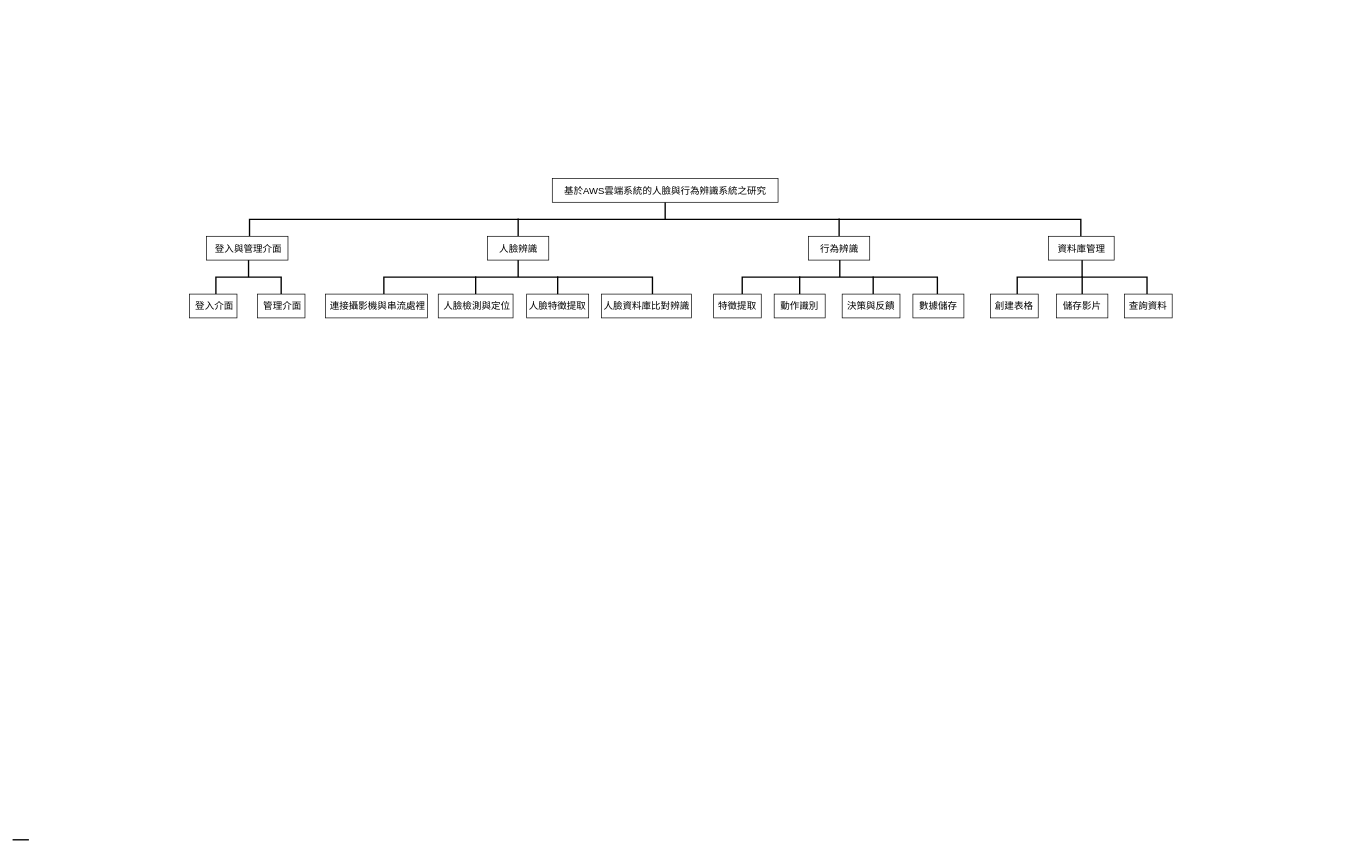
Before: diagram/未命名绘图.drawio in sen2003/aws_faceDetect_project, a draw.io diagram. Source tidied: cells renumbered, new cells numbered last; positions are measured from the earlier drawing's top-left corner, leaving out a move shared by most shapes. Both pictures are drawn from the tidied source at 68%, with x=0, y=0 at pixel (12, -197).
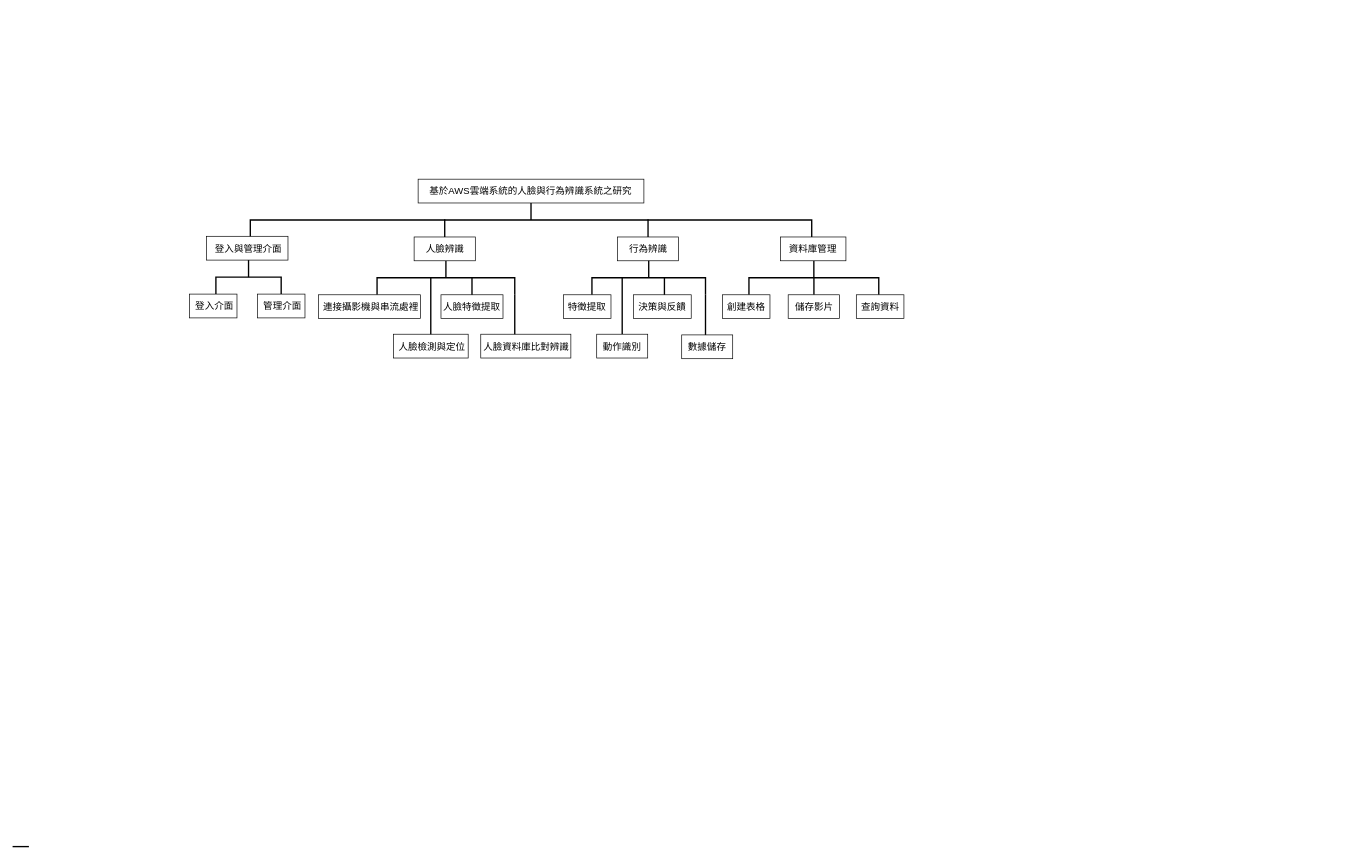
The same diagram, later.

Commit message:
更新未命名绘图.drawio

Unchanged cells that the change refers to:
```xml
<mxCell id="2" style="group;strokeWidth=2;" parent="1" vertex="1">
  <mxGeometry x="470" y="306" width="1500.6" height="1200" as="geometry" />
</mxCell>
```

Change to the diagram source:
```diff
@@
     <mxCell id="3" style="group;" parent="2" vertex="1">
-      <mxGeometry x="-121.5" y="245" width="1367" height="353.5" as="geometry" />
+      <mxGeometry x="-186" y="246" width="1367" height="505.6" as="geometry" />
     </mxCell>
     <mxCell id="4" style="strokeWidth=2;html=1;shape=mxgraph.flowchart.annotation_2;align=left;labelPosition=right;rotation=90;perimeterSpacing=0;flipV=0;flipH=1;direction=west;" parent="3" vertex="1">
-      <mxGeometry x="586.2" y="-551.2" width="50" height="1222.5" as="geometry" />
+      <mxGeometry x="453.4" y="-352.8" width="50" height="825.6" as="geometry" />
     </mxCell>
-    <mxCell id="5" style="group;" parent="3" vertex="1">
-      <mxGeometry x="101.5" y="59" width="548.5" height="146" as="geometry" />
-    </mxCell>
+    <mxCell id="28" value="&lt;font style=&quot;font-size: 14px;&quot;&gt;基於AWS雲端系統的人臉與行為辨識系統之研究&lt;/font&gt;" style="rounded=0;whiteSpace=wrap;html=1;" parent="3" vertex="1">
+      <mxGeometry x="312.4" width="332" height="35" as="geometry" />
+    </mxCell>
+    <mxCell id="44" style="group;" parent="3" vertex="1">
+      <mxGeometry x="166" y="120" width="371" height="143" as="geometry" />
+    </mxCell>
+    <mxCell id="45" style="edgeStyle=orthogonalEdgeStyle;rounded=0;jettySize=auto;html=1;exitX=1;exitY=0;exitDx=0;exitDy=0;exitPerimeter=0;endArrow=none;endFill=0;strokeWidth=2;" parent="44" edge="1" source="6">
+      <mxGeometry relative="1" as="geometry">
+        <mxPoint x="328.5" y="115" as="targetPoint" />
+        <Array as="points">
+          <mxPoint x="288.5" y="115" />
+        </Array>
+      </mxGeometry>
+    </mxCell>
-    <mxCell id="6" style="strokeWidth=2;html=1;shape=mxgraph.flowchart.annotation_2;align=left;labelPosition=right;direction=south;" parent="5" vertex="1">
-      <mxGeometry x="96" y="61" width="395" height="50" as="geometry" />
+    <mxCell id="6" style="strokeWidth=2;html=1;shape=mxgraph.flowchart.annotation_2;align=left;labelPosition=right;direction=south;" parent="44" vertex="1">
+      <mxGeometry x="86" width="202.5" height="50" as="geometry" />
     </mxCell>
-    <mxCell id="7" style="line;strokeWidth=2;direction=south;html=1;perimeter=backbonePerimeter;" parent="5" vertex="1">
-      <mxGeometry x="288.5" width="10" height="26" as="geometry" />
-    </mxCell>
-    <mxCell id="8" value="&lt;font style=&quot;font-size: 14px;&quot;&gt;人臉辨識&lt;/font&gt;" style="rounded=0;whiteSpace=wrap;html=1;" parent="5" vertex="1">
-      <mxGeometry x="248.5" y="26" width="90" height="35" as="geometry" />
-    </mxCell>
-    <mxCell id="9" value="&lt;div style=&quot;font-size: 14px;&quot;&gt;&lt;font style=&quot;font-size: 14px;&quot;&gt;&amp;nbsp;連接攝影機與串流處裡&lt;/font&gt;&lt;/div&gt;" style="rounded=0;whiteSpace=wrap;html=1;align=center;" parent="5" vertex="1">
-      <mxGeometry x="10" y="111" width="150" height="35" as="geometry" />
+    <mxCell id="9" value="&lt;div style=&quot;font-size: 14px;&quot;&gt;&lt;font style=&quot;font-size: 14px;&quot;&gt;&amp;nbsp;連接攝影機與串流處裡&lt;/font&gt;&lt;/div&gt;" style="rounded=0;whiteSpace=wrap;html=1;align=center;" parent="44" vertex="1">
+      <mxGeometry y="50" width="150" height="35" as="geometry" />
     </mxCell>
-    <mxCell id="10" style="group;" parent="5" vertex="1">
-      <mxGeometry x="176" y="85" width="110" height="61" as="geometry" />
+    <mxCell id="10" style="group;" parent="44" vertex="1">
+      <mxGeometry x="110" y="82" width="110" height="61" as="geometry" />
     </mxCell>
-    <mxCell id="11" style="line;strokeWidth=2;direction=south;html=1;perimeter=backbonePerimeter;" parent="10" vertex="1">
-      <mxGeometry x="50" width="10" height="26" as="geometry" />
-    </mxCell>
@@
-    <mxCell id="13" style="group;" parent="5" vertex="1">
-      <mxGeometry x="306" y="85" width="91.2" height="61" as="geometry" />
+    <mxCell id="13" style="group;" parent="44" vertex="1">
+      <mxGeometry x="180" y="24" width="91.2" height="61" as="geometry" />
     </mxCell>
@@
-    <mxCell id="16" value="&lt;div style=&quot;font-size: 14px;&quot;&gt;&lt;font style=&quot;font-size: 14px;&quot;&gt;人臉資料庫比對辨識&lt;/font&gt;&lt;/div&gt;" style="rounded=0;whiteSpace=wrap;html=1;" parent="5" vertex="1">
-      <mxGeometry x="416" y="111" width="132.5" height="35" as="geometry" />
+    <mxCell id="16" value="&lt;div style=&quot;font-size: 14px;&quot;&gt;&lt;font style=&quot;font-size: 14px;&quot;&gt;人臉資料庫比對辨識&lt;/font&gt;&lt;/div&gt;" style="rounded=0;whiteSpace=wrap;html=1;" parent="44" vertex="1">
+      <mxGeometry x="238.5" y="108" width="132.5" height="35" as="geometry" />
     </mxCell>
-    <mxCell id="17" style="group;rotation=90;" parent="3" vertex="1">
-      <mxGeometry x="931.5" y="-82" width="293.4" height="577.5" as="geometry" />
-    </mxCell>
-    <mxCell id="18" style="group;" parent="17" vertex="1">
-      <mxGeometry x="-250" y="141" width="371" height="146" as="geometry" />
-    </mxCell>
+    <mxCell id="11" style="line;strokeWidth=2;direction=south;html=1;perimeter=backbonePerimeter;" parent="44" vertex="1">
+      <mxGeometry x="160" y="24" width="10" height="84" as="geometry" />
+    </mxCell>
+    <mxCell id="46" style="group;" parent="44" vertex="1">
+      <mxGeometry x="140.5" y="-61" width="90" height="61" as="geometry" />
+    </mxCell>
+    <mxCell id="7" style="line;strokeWidth=2;direction=south;html=1;perimeter=backbonePerimeter;" parent="46" vertex="1">
+      <mxGeometry x="40" width="10" height="26" as="geometry" />
+    </mxCell>
+    <mxCell id="8" value="&lt;font style=&quot;font-size: 14px;&quot;&gt;人臉辨識&lt;/font&gt;" style="rounded=0;whiteSpace=wrap;html=1;" parent="46" vertex="1">
+      <mxGeometry y="26" width="90" height="35" as="geometry" />
+    </mxCell>
+    <mxCell id="47" style="group;" parent="3" vertex="1">
+      <mxGeometry x="-280.2" y="-139" width="85" height="61" as="geometry" />
+    </mxCell>
+    <mxCell id="36" style="group;" parent="3" vertex="1">
+      <mxGeometry x="741.5" y="85" width="370" height="140" as="geometry" />
+    </mxCell>
+    <mxCell id="48" style="group;" parent="36" vertex="1">
+      <mxGeometry x="18.3" width="267" height="120" as="geometry" />
+    </mxCell>
+    <mxCell id="37" style="strokeWidth=2;html=1;shape=mxgraph.flowchart.annotation_2;align=left;labelPosition=right;direction=south;" parent="48" vertex="1">
+      <mxGeometry x="39.1" y="35" width="190.9" height="50" as="geometry" />
+    </mxCell>
+    <mxCell id="38" value="&lt;div style=&quot;font-size: 14px;&quot;&gt;創建表格&lt;/div&gt;" style="rounded=0;whiteSpace=wrap;html=1;align=center;" parent="48" vertex="1">
+      <mxGeometry y="85" width="70" height="35" as="geometry" />
+    </mxCell>
+    <mxCell id="39" style="group;" parent="48" vertex="1">
+      <mxGeometry x="96.8" y="59" width="75.6" height="61" as="geometry" />
+    </mxCell>
+    <mxCell id="40" style="line;strokeWidth=2;direction=south;html=1;perimeter=backbonePerimeter;" parent="39" vertex="1">
+      <mxGeometry x="34.4" width="6.9" height="26" as="geometry" />
+    </mxCell>
+    <mxCell id="41" value="&lt;div style=&quot;font-size: 14px;&quot;&gt;&lt;font style=&quot;font-size: 14px;&quot;&gt;查詢資料&lt;/font&gt;&lt;/div&gt;" style="rounded=0;whiteSpace=wrap;html=1;" parent="48" vertex="1">
+      <mxGeometry x="197" y="85" width="70" height="35" as="geometry" />
+    </mxCell>
+    <mxCell id="42" value="&lt;div&gt;&lt;font style=&quot;font-size: 14px;&quot;&gt;儲存影片&lt;/font&gt;&lt;/div&gt;" style="rounded=0;whiteSpace=wrap;html=1;align=center;" parent="48" vertex="1">
+      <mxGeometry x="96.8" y="85" width="75.6" height="35" as="geometry" />
+    </mxCell>
+    <mxCell id="43" value="&lt;font style=&quot;font-size: 14px;&quot;&gt;資料庫管理&lt;/font&gt;" style="rounded=0;whiteSpace=wrap;html=1;" parent="48" vertex="1">
+      <mxGeometry x="85.3" width="96.4" height="35" as="geometry" />
+    </mxCell>
+    <mxCell id="49" style="group;" parent="3" vertex="1">
+      <mxGeometry x="526" y="59" width="249" height="205" as="geometry" />
+    </mxCell>
+    <mxCell id="50" style="group;" parent="49" vertex="1">
+      <mxGeometry x="79.5" width="90" height="61" as="geometry" />
+    </mxCell>
-    <mxCell id="19" style="line;strokeWidth=2;direction=south;html=1;perimeter=backbonePerimeter;" parent="18" vertex="1">
-      <mxGeometry x="180.5" width="10" height="26" as="geometry" />
+    <mxCell id="19" style="line;strokeWidth=2;direction=south;html=1;perimeter=backbonePerimeter;" parent="50" vertex="1">
+      <mxGeometry x="40" width="10" height="26" as="geometry" />
     </mxCell>
-    <mxCell id="20" value="&lt;font style=&quot;font-size: 14px;&quot;&gt;行為辨識&lt;/font&gt;" style="rounded=0;whiteSpace=wrap;html=1;" parent="18" vertex="1">
-      <mxGeometry x="140.5" y="26" width="90" height="35" as="geometry" />
+    <mxCell id="20" value="&lt;font style=&quot;font-size: 14px;&quot;&gt;行為辨識&lt;/font&gt;" style="rounded=0;whiteSpace=wrap;html=1;" parent="50" vertex="1">
+      <mxGeometry y="26" width="90" height="35" as="geometry" />
     </mxCell>
-    <mxCell id="21" style="strokeWidth=2;html=1;shape=mxgraph.flowchart.annotation_2;align=left;labelPosition=right;direction=south;" parent="18" vertex="1">
-      <mxGeometry x="43" y="61" width="287" height="50" as="geometry" />
+    <mxCell id="21" style="strokeWidth=2;html=1;shape=mxgraph.flowchart.annotation_2;align=left;labelPosition=right;direction=south;" parent="49" vertex="1">
+      <mxGeometry x="42" y="61" width="167" height="50" as="geometry" />
     </mxCell>
-    <mxCell id="22" value="&lt;div style=&quot;font-size: 14px;&quot;&gt;&lt;font style=&quot;font-size: 14px;&quot;&gt;特徵提取&lt;/font&gt;&lt;/div&gt;" style="rounded=0;whiteSpace=wrap;html=1;align=center;" parent="18" vertex="1">
-      <mxGeometry x="1" y="111" width="70" height="35" as="geometry" />
+    <mxCell id="22" value="&lt;div style=&quot;font-size: 14px;&quot;&gt;&lt;font style=&quot;font-size: 14px;&quot;&gt;特徵提取&lt;/font&gt;&lt;/div&gt;" style="rounded=0;whiteSpace=wrap;html=1;align=center;" parent="49" vertex="1">
+      <mxGeometry y="111" width="70" height="35" as="geometry" />
     </mxCell>
-    <mxCell id="23" value="&lt;div style=&quot;font-size: 14px;&quot;&gt;&lt;font style=&quot;font-size: 14px;&quot;&gt;數據儲存&lt;/font&gt;&lt;/div&gt;" style="rounded=0;whiteSpace=wrap;html=1;" parent="18" vertex="1">
-      <mxGeometry x="294" y="111" width="75" height="35" as="geometry" />
+    <mxCell id="23" value="&lt;div style=&quot;font-size: 14px;&quot;&gt;&lt;font style=&quot;font-size: 14px;&quot;&gt;數據儲存&lt;/font&gt;&lt;/div&gt;" style="rounded=0;whiteSpace=wrap;html=1;" parent="49" vertex="1">
+      <mxGeometry x="174" y="170" width="75" height="35" as="geometry" />
     </mxCell>
+    <mxCell id="51" style="edgeStyle=orthogonalEdgeStyle;rounded=0;jettySize=auto;html=1;exitX=1;exitY=0;exitDx=0;exitDy=0;exitPerimeter=0;endArrow=none;endFill=0;strokeWidth=2;endSize=6;" parent="49" edge="1" source="21">
+      <mxGeometry relative="1" as="geometry">
+        <mxPoint x="209" y="170" as="targetPoint" />
+      </mxGeometry>
+    </mxCell>
+    <mxCell id="26" value="&lt;div style=&quot;font-size: 14px;&quot;&gt;&lt;font style=&quot;font-size: 14px;&quot;&gt;決策與反饋&lt;/font&gt;&lt;/div&gt;" style="rounded=0;whiteSpace=wrap;html=1;" parent="49" vertex="1">
+      <mxGeometry x="103" y="111" width="85" height="35" as="geometry" />
+    </mxCell>
+    <mxCell id="27" style="line;strokeWidth=2;direction=south;html=1;perimeter=backbonePerimeter;" parent="49" vertex="1">
+      <mxGeometry x="143.6" y="85" width="10" height="26" as="geometry" />
+    </mxCell>
-    <mxCell id="24" style="line;strokeWidth=2;direction=south;html=1;perimeter=backbonePerimeter;" parent="18" vertex="1">
-      <mxGeometry x="122.5" y="85" width="10" height="26" as="geometry" />
+    <mxCell id="24" style="line;strokeWidth=2;direction=south;html=1;perimeter=backbonePerimeter;" parent="49" vertex="1">
+      <mxGeometry x="81.5" y="85" width="10" height="84" as="geometry" />
     </mxCell>
-    <mxCell id="25" value="&lt;div&gt;&lt;font style=&quot;font-size: 14px;&quot;&gt;動作識別&lt;/font&gt;&lt;/div&gt;" style="rounded=0;whiteSpace=wrap;html=1;align=center;" parent="18" vertex="1">
-      <mxGeometry x="90" y="111" width="75" height="35" as="geometry" />
+    <mxCell id="25" value="&lt;div&gt;&lt;font style=&quot;font-size: 14px;&quot;&gt;動作識別&lt;/font&gt;&lt;/div&gt;" style="rounded=0;whiteSpace=wrap;html=1;align=center;" parent="49" vertex="1">
+      <mxGeometry x="49" y="169" width="75" height="35" as="geometry" />
     </mxCell>
-    <mxCell id="26" value="&lt;div style=&quot;font-size: 14px;&quot;&gt;&lt;font style=&quot;font-size: 14px;&quot;&gt;決策與反饋&lt;/font&gt;&lt;/div&gt;" style="rounded=0;whiteSpace=wrap;html=1;" parent="18" vertex="1">
-      <mxGeometry x="190" y="111" width="85" height="35" as="geometry" />
-    </mxCell>
-    <mxCell id="27" style="line;strokeWidth=2;direction=south;html=1;perimeter=backbonePerimeter;" parent="18" vertex="1">
-      <mxGeometry x="230.6" y="85" width="10" height="26" as="geometry" />
-    </mxCell>
-    <mxCell id="28" value="&lt;font style=&quot;font-size: 14px;&quot;&gt;基於AWS雲端系統的人臉與行為辨識系統之研究&lt;/font&gt;" style="rounded=0;whiteSpace=wrap;html=1;" parent="3" vertex="1">
-      <mxGeometry x="445.2" width="332" height="35" as="geometry" />
-    </mxCell>
     <mxCell id="29" style="endArrow=none;html=1;rounded=0;entryX=0.991;entryY=0.296;entryDx=0;entryDy=0;entryPerimeter=0;strokeWidth=2;" parent="1" edge="1">
       <mxGeometry relative="1" as="geometry">
-        <mxPoint y="1523.5" as="sourcePoint" />
-        <mxPoint x="24" y="1523.5" as="targetPoint" />
+        <mxPoint y="1533.5" as="sourcePoint" />
+        <mxPoint x="24" y="1533.5" as="targetPoint" />
       </mxGeometry>
     </mxCell>
@@
-    <mxCell id="36" style="group;" parent="1" vertex="1">
-      <mxGeometry x="1420" y="636" width="370" height="140" as="geometry" />
-    </mxCell>
-    <mxCell id="37" style="strokeWidth=2;html=1;shape=mxgraph.flowchart.annotation_2;align=left;labelPosition=right;direction=south;" parent="36" vertex="1">
-      <mxGeometry x="57.4" y="35" width="190.9" height="50" as="geometry" />
-    </mxCell>
-    <mxCell id="38" value="&lt;div style=&quot;font-size: 14px;&quot;&gt;創建表格&lt;/div&gt;" style="rounded=0;whiteSpace=wrap;html=1;align=center;" parent="36" vertex="1">
-      <mxGeometry x="18.3" y="85" width="70" height="35" as="geometry" />
-    </mxCell>
-    <mxCell id="39" style="group;" parent="36" vertex="1">
-      <mxGeometry x="115.1" y="59" width="75.6" height="61" as="geometry" />
-    </mxCell>
-    <mxCell id="40" style="line;strokeWidth=2;direction=south;html=1;perimeter=backbonePerimeter;" parent="39" vertex="1">
-      <mxGeometry x="34.4" width="6.9" height="26" as="geometry" />
-    </mxCell>
-    <mxCell id="41" value="&lt;div style=&quot;font-size: 14px;&quot;&gt;&lt;font style=&quot;font-size: 14px;&quot;&gt;查詢資料&lt;/font&gt;&lt;/div&gt;" style="rounded=0;whiteSpace=wrap;html=1;" parent="36" vertex="1">
-      <mxGeometry x="215.3" y="85" width="70" height="35" as="geometry" />
-    </mxCell>
-    <mxCell id="42" value="&lt;div&gt;&lt;font style=&quot;font-size: 14px;&quot;&gt;儲存影片&lt;/font&gt;&lt;/div&gt;" style="rounded=0;whiteSpace=wrap;html=1;align=center;" parent="36" vertex="1">
-      <mxGeometry x="115.1" y="85" width="75.6" height="35" as="geometry" />
-    </mxCell>
-    <mxCell id="43" value="&lt;font style=&quot;font-size: 14px;&quot;&gt;資料庫管理&lt;/font&gt;" style="rounded=0;whiteSpace=wrap;html=1;" parent="36" vertex="1">
-      <mxGeometry x="103.6" width="96.4" height="35" as="geometry" />
-    </mxCell>
```
